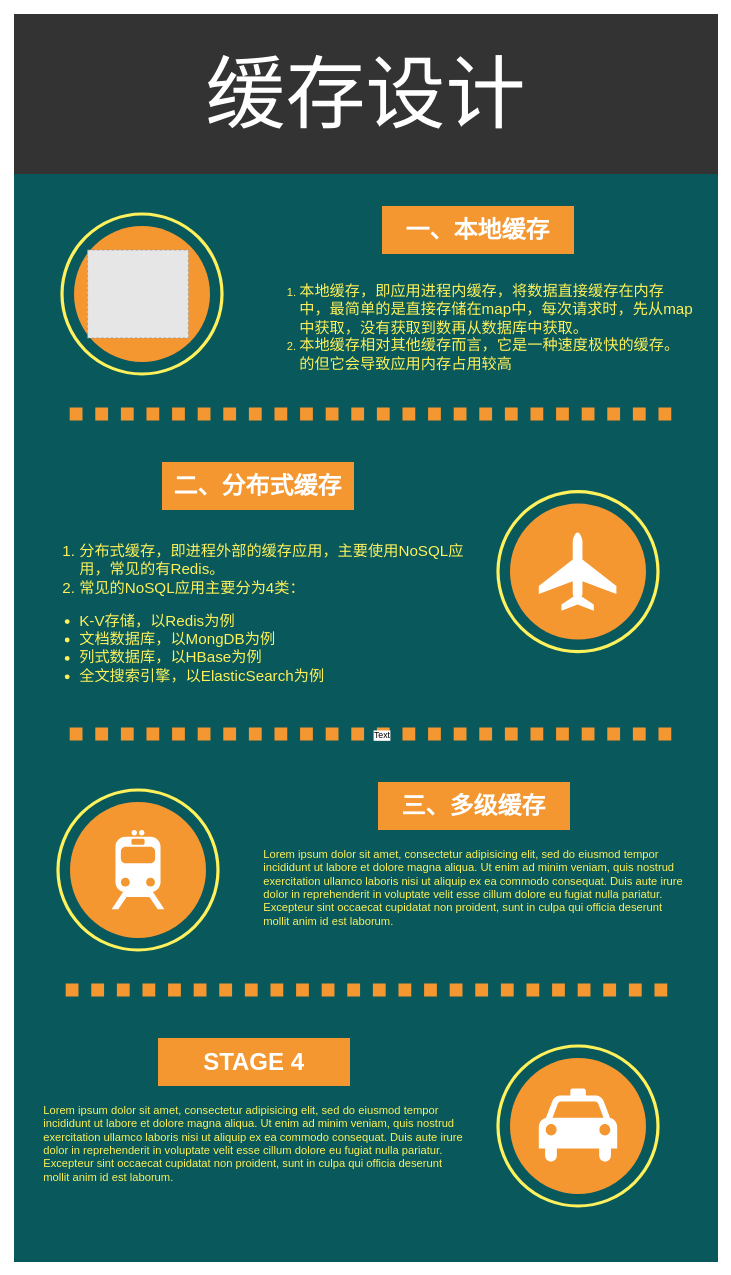
Before: 缓存设计历史.drawio in jiangliuhong/drawdb, a draw.io diagram. Source tidied: cells renumbered, new cells numbered last; positions are measured from the earlier drawing's top-left corner, leaving out a move shared by most shapes. Both pictures are drawn from the tidied source at 80%, with x=0, y=0 at pixel (14, 14). Pictures stored in the file or linked from it are replaced by grey dashed boxes.
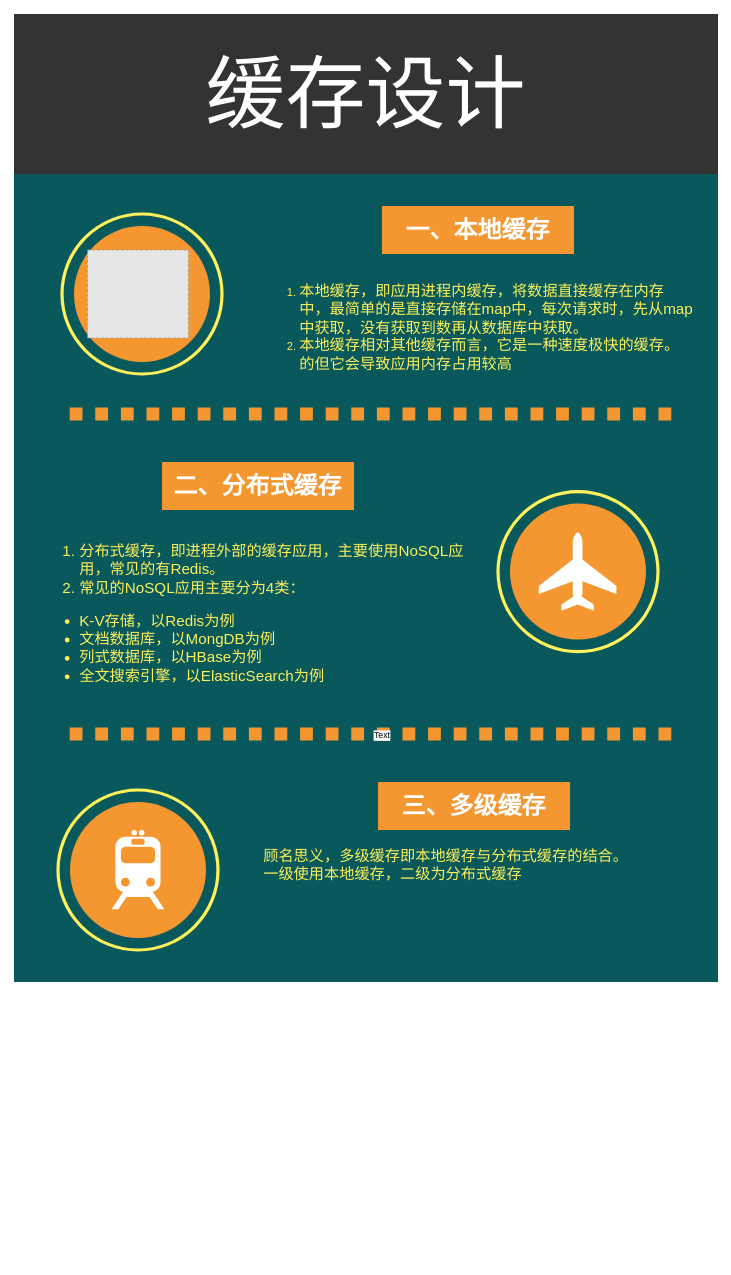
The same diagram, later.

Commit message:
Update 缓存设计历史.drawio

Change to the diagram source:
```diff
@@
     <mxCell id="2" style="whiteSpace=wrap;html=1;rounded=0;shadow=0;dashed=0;strokeColor=none;strokeWidth=4;fillColor=#08585C;gradientColor=none;fontFamily=Helvetica;fontSize=100;fontColor=#FFFFFF;align=center;" parent="1" vertex="1">
-      <mxGeometry y="200" width="880" height="1360" as="geometry" />
+      <mxGeometry y="200" width="880" height="1010" as="geometry" />
     </mxCell>
@@
-    <mxCell id="17" style="endArrow=none;html=1;dashed=1;dashPattern=1 1;labelBackgroundColor=none;strokeColor=#F49731;fontFamily=Helvetica;fontSize=100;fontColor=#FFFFFF;strokeWidth=16;" parent="1" edge="1">
-      <mxGeometry relative="1" as="geometry">
-        <mxPoint x="64.6" y="1220" as="sourcePoint" />
-        <mxPoint x="824" y="1220" as="targetPoint" />
-      </mxGeometry>
-    </mxCell>
@@
-    <mxCell id="19" value="Lorem ipsum dolor sit amet, consectetur adipisicing elit, sed do eiusmod tempor incididunt ut labore et dolore magna aliqua. Ut enim ad minim veniam, quis nostrud exercitation ullamco laboris nisi ut aliquip ex ea commodo consequat. Duis aute irure dolor in reprehenderit in voluptate velit esse cillum dolore eu fugiat nulla pariatur. Excepteur sint occaecat cupidatat non proident, sunt in culpa qui officia deserunt mollit anim id est laborum." style="text;spacingTop=-5;fillColor=#ffffff;whiteSpace=wrap;html=1;align=left;fontSize=14;fontFamily=Helvetica;fillColor=none;strokeColor=none;rounded=0;shadow=0;dashed=0;fontColor=#FEF15B;" parent="1" vertex="1">
+    <mxCell id="19" value="&lt;font style=&quot;font-size: 19px&quot;&gt;顾名思义，多级缓存即本地缓存与分布式缓存的结合。&lt;br&gt;一级使用本地缓存，二级为分布式缓存&lt;/font&gt;" style="text;spacingTop=-5;fillColor=#ffffff;whiteSpace=wrap;html=1;align=left;fontSize=14;fontFamily=Helvetica;fillColor=none;strokeColor=none;rounded=0;shadow=0;dashed=0;fontColor=#FEF15B;" parent="1" vertex="1">
       <mxGeometry x="310" y="1040" width="535" height="130" as="geometry" />
     </mxCell>
-    <mxCell id="20" style="ellipse;whiteSpace=wrap;html=1;rounded=0;shadow=0;dashed=0;strokeColor=#FEF15B;strokeWidth=4;fillColor=none;gradientColor=none;fontFamily=Helvetica;fontSize=100;fontColor=#FFFFFF;align=center;" parent="1" vertex="1">
-      <mxGeometry x="605" y="1290" width="200" height="200" as="geometry" />
-    </mxCell>
-    <mxCell id="21" style="ellipse;whiteSpace=wrap;html=1;rounded=0;shadow=0;dashed=0;strokeColor=none;strokeWidth=4;fillColor=#F49731;gradientColor=none;fontFamily=Helvetica;fontSize=100;fontColor=#FFFFFF;align=center;" parent="1" vertex="1">
-      <mxGeometry x="620" y="1305" width="170" height="170" as="geometry" />
-    </mxCell>
-    <mxCell id="22" value="STAGE 4" style="whiteSpace=wrap;html=1;rounded=0;shadow=0;dashed=0;strokeColor=none;strokeWidth=4;fillColor=#F49731;gradientColor=none;fontFamily=Helvetica;fontSize=30;fontColor=#FFFFFF;align=center;fontStyle=1;" parent="1" vertex="1">
-      <mxGeometry x="180" y="1280" width="240" height="60" as="geometry" />
-    </mxCell>
-    <mxCell id="23" value="Lorem ipsum dolor sit amet, consectetur adipisicing elit, sed do eiusmod tempor incididunt ut labore et dolore magna aliqua. Ut enim ad minim veniam, quis nostrud exercitation ullamco laboris nisi ut aliquip ex ea commodo consequat. Duis aute irure dolor in reprehenderit in voluptate velit esse cillum dolore eu fugiat nulla pariatur. Excepteur sint occaecat cupidatat non proident, sunt in culpa qui officia deserunt mollit anim id est laborum." style="text;spacingTop=-5;fillColor=#ffffff;whiteSpace=wrap;html=1;align=left;fontSize=14;fontFamily=Helvetica;fillColor=none;strokeColor=none;rounded=0;shadow=0;dashed=0;fontColor=#FEF15B;" parent="1" vertex="1">
-      <mxGeometry x="35" y="1360" width="535" height="130" as="geometry" />
-    </mxCell>
@@
-    <mxCell id="26" style="shape=mxgraph.signs.transportation.taxi;html=1;fillColor=#FFFFFF;strokeColor=none;verticalLabelPosition=bottom;verticalAlign=top;align=center;rounded=0;shadow=0;dashed=0;fontFamily=Helvetica;fontSize=14;fontColor=#FEF15B;" parent="1" vertex="1">
-      <mxGeometry x="656" y="1343" width="98" height="94" as="geometry" />
-    </mxCell>
```
